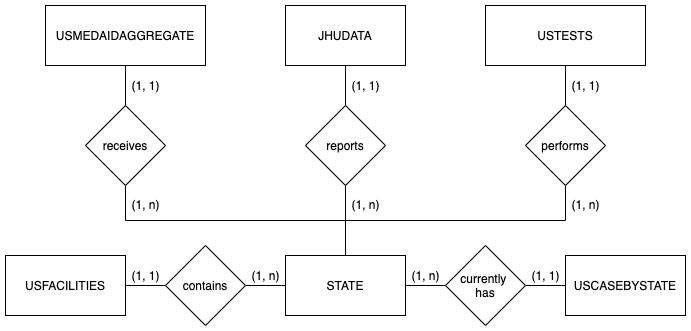
This is diagrams/ER2.png from sahba-t/covidTracker, a draw.io export, as it was before one commit. Source tidied: cells renumbered, new cells last; positions are measured from the earlier drawing's top-left corner, leaving out a move shared by most shapes.
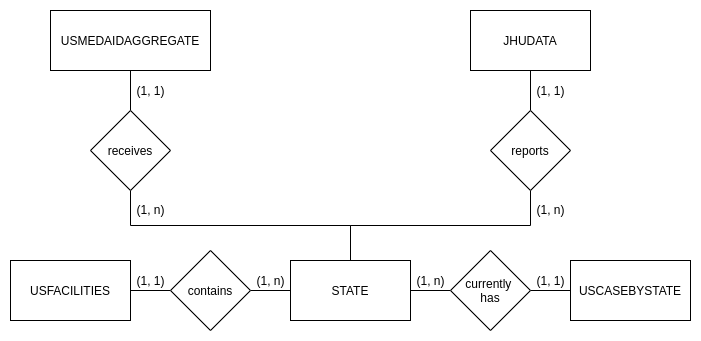
Above is the later version.

Diff of the diagram source:
```diff
@@ -8,9 +8,6 @@
     <mxCell id="3" style="edgeStyle=orthogonalEdgeStyle;rounded=0;jettySize=auto;html=1;exitX=0.5;exitY=0;exitDx=0;exitDy=0;endArrow=none;endFill=0;entryX=0.5;entryY=1;entryDx=0;entryDy=0;" parent="1" edge="1" source="7" target="16">
       <mxGeometry relative="1" as="geometry" />
     </mxCell>
-    <mxCell id="4" style="edgeStyle=orthogonalEdgeStyle;rounded=0;jettySize=auto;html=1;exitX=0.5;exitY=0;exitDx=0;exitDy=0;endArrow=none;endFill=0;entryX=0.5;entryY=1;entryDx=0;entryDy=0;" parent="1" edge="1" source="7" target="14">
-      <mxGeometry relative="1" as="geometry" />
-    </mxCell>
     <mxCell id="5" style="edgeStyle=orthogonalEdgeStyle;rounded=0;jettySize=auto;html=1;exitX=1;exitY=0.5;exitDx=0;exitDy=0;endArrow=none;endFill=0;entryX=0;entryY=0.5;entryDx=0;entryDy=0;" parent="1" edge="1" source="7" target="22">
       <mxGeometry relative="1" as="geometry" />
     </mxCell>
@@ -27,25 +24,16 @@
       <mxGeometry y="250" width="120" height="60" as="geometry" />
     </mxCell>
     <mxCell id="10" value="JHUDATA" style="rounded=0;whiteSpace=wrap;html=1;" parent="1" vertex="1">
-      <mxGeometry x="280" width="120" height="60" as="geometry" />
+      <mxGeometry x="460" width="120" height="60" as="geometry" />
     </mxCell>
-    <mxCell id="11" value="USTESTS" style="rounded=0;whiteSpace=wrap;html=1;" parent="1" vertex="1">
-      <mxGeometry x="480" width="160" height="60" as="geometry" />
-    </mxCell>
     <mxCell id="12" value="USCASEBYSTATE" style="rounded=0;whiteSpace=wrap;html=1;" parent="1" vertex="1">
       <mxGeometry x="560" y="250" width="120" height="60" as="geometry" />
     </mxCell>
-    <mxCell id="13" style="edgeStyle=orthogonalEdgeStyle;rounded=0;jettySize=auto;html=1;entryX=0.5;entryY=1;entryDx=0;entryDy=0;endArrow=none;endFill=0;exitX=0.5;exitY=0;exitDx=0;exitDy=0;" parent="1" edge="1" source="14" target="11">
-      <mxGeometry relative="1" as="geometry" />
-    </mxCell>
-    <mxCell id="14" value="performs" style="rhombus;whiteSpace=wrap;html=1;" parent="1" vertex="1">
-      <mxGeometry x="520" y="100" width="80" height="80" as="geometry" />
-    </mxCell>
     <mxCell id="15" style="edgeStyle=orthogonalEdgeStyle;rounded=0;jettySize=auto;html=1;entryX=0.5;entryY=1;entryDx=0;entryDy=0;endArrow=none;endFill=0;exitX=0.5;exitY=0;exitDx=0;exitDy=0;" parent="1" edge="1" source="16" target="10">
       <mxGeometry relative="1" as="geometry" />
     </mxCell>
     <mxCell id="16" value="reports" style="rhombus;whiteSpace=wrap;html=1;" parent="1" vertex="1">
-      <mxGeometry x="300" y="100" width="80" height="80" as="geometry" />
+      <mxGeometry x="480" y="100" width="80" height="80" as="geometry" />
     </mxCell>
     <mxCell id="17" style="edgeStyle=orthogonalEdgeStyle;rounded=0;jettySize=auto;html=1;entryX=0.5;entryY=1;entryDx=0;entryDy=0;endArrow=none;endFill=0;exitX=0.5;exitY=0;exitDx=0;exitDy=0;" parent="1" edge="1" source="18" target="8">
       <mxGeometry relative="1" as="geometry" />
@@ -71,20 +59,14 @@
     <mxCell id="24" value="(1, n)" style="text;html=1;align=center;verticalAlign=middle;" parent="1" vertex="1">
       <mxGeometry x="400" y="260" width="40" height="20" as="geometry" />
     </mxCell>
-    <mxCell id="25" value="(1, n)" style="text;html=1;align=center;verticalAlign=middle;" parent="1" vertex="1">
-      <mxGeometry x="560" y="189" width="40" height="20" as="geometry" />
-    </mxCell>
     <mxCell id="26" value="(1, n)" style="text;html=1;align=center;verticalAlign=middle;" parent="1" vertex="1">
-      <mxGeometry x="340" y="189" width="40" height="20" as="geometry" />
+      <mxGeometry x="520" y="189" width="40" height="20" as="geometry" />
     </mxCell>
     <mxCell id="27" value="(1, n)" style="text;html=1;align=center;verticalAlign=middle;" parent="1" vertex="1">
       <mxGeometry x="120" y="189" width="40" height="20" as="geometry" />
     </mxCell>
-    <mxCell id="28" value="(1, 1)" style="text;html=1;align=center;verticalAlign=middle;" parent="1" vertex="1">
-      <mxGeometry x="560" y="70" width="40" height="20" as="geometry" />
-    </mxCell>
     <mxCell id="29" value="(1, 1)" style="text;html=1;align=center;verticalAlign=middle;" parent="1" vertex="1">
-      <mxGeometry x="340" y="70" width="40" height="20" as="geometry" />
+      <mxGeometry x="520" y="70" width="40" height="20" as="geometry" />
     </mxCell>
     <mxCell id="30" value="(1, 1)" style="text;html=1;align=center;verticalAlign=middle;" parent="1" vertex="1">
       <mxGeometry x="120" y="70" width="40" height="20" as="geometry" />
```
